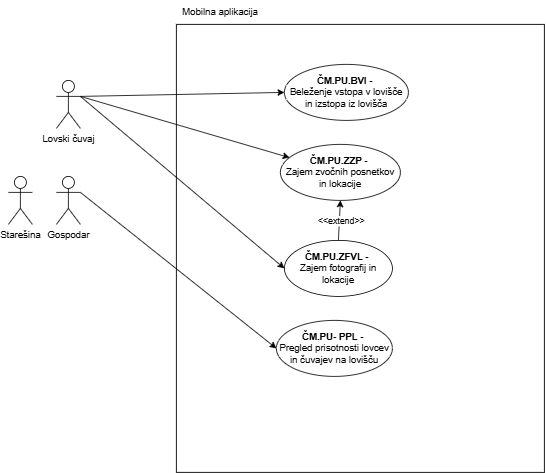
Before: Lovski cuvaj-Mobilna aplikacija.drawio.png, a diagram exported from draw.io (ErnestISv/Lovstvo). Source tidied: cells renumbered, new cells last; positions are measured from the earlier drawing's top-left corner, leaving out a move shared by most shapes.
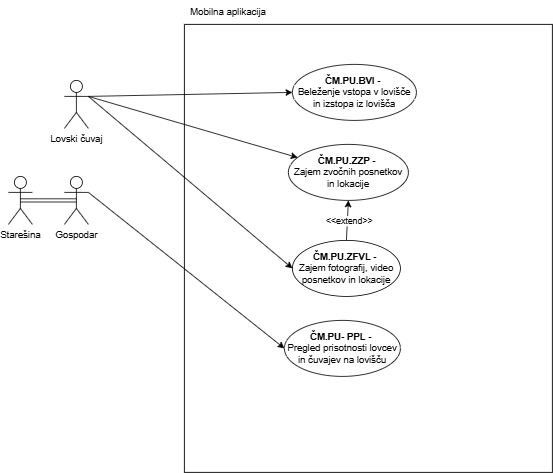
Above is the later version.

Diff of the diagram source:
```diff
@@ -8,8 +8,11 @@
     <mxCell id="3" value="Lovski čuvaj" style="shape=umlActor;verticalLabelPosition=bottom;verticalAlign=top;html=1;outlineConnect=0;" parent="1" vertex="1">
       <mxGeometry x="60" y="100" width="30" height="60" as="geometry" />
     </mxCell>
+    <mxCell id="17" style="edgeStyle=orthogonalEdgeStyle;shape=link;rounded=0;jettySize=auto;html=1;exitX=0.5;exitY=0.5;exitDx=0;exitDy=0;exitPerimeter=0;entryX=0.5;entryY=0.5;entryDx=0;entryDy=0;entryPerimeter=0;" parent="1" edge="1" source="4" target="5">
+      <mxGeometry relative="1" as="geometry" />
+    </mxCell>
     <mxCell id="4" value="Starešina" style="shape=umlActor;verticalLabelPosition=bottom;verticalAlign=top;html=1;outlineConnect=0;" parent="1" vertex="1">
-      <mxGeometry y="220" width="30" height="60" as="geometry" />
+      <mxGeometry x="-10" y="220" width="30" height="60" as="geometry" />
     </mxCell>
     <mxCell id="5" value="Gospodar" style="shape=umlActor;verticalLabelPosition=bottom;verticalAlign=top;html=1;outlineConnect=0;" parent="1" vertex="1">
       <mxGeometry x="60" y="220" width="30" height="60" as="geometry" />
@@ -20,7 +23,7 @@
     <mxCell id="7" style="endArrow=classic;html=1;rounded=0;exitX=1;exitY=0.3333333333333333;exitDx=0;exitDy=0;exitPerimeter=0;" parent="1" edge="1" source="3" target="6">
       <mxGeometry relative="1" as="geometry" />
     </mxCell>
-    <mxCell id="8" value="&lt;b&gt;ČM.PU.ZFVL&lt;/b&gt; -&amp;nbsp;&lt;div&gt;Zajem fotografij in lokacije&lt;/div&gt;" style="ellipse;whiteSpace=wrap;html=1;" parent="1" vertex="1">
+    <mxCell id="8" value="&lt;b&gt;ČM.PU.ZFVL&lt;/b&gt; -&amp;nbsp;&lt;div&gt;Zajem fotografij, video posnetkov in lokacije&lt;/div&gt;" style="ellipse;whiteSpace=wrap;html=1;" parent="1" vertex="1">
       <mxGeometry x="345" y="300" width="135" height="70" as="geometry" />
     </mxCell>
     <mxCell id="9" style="endArrow=classic;html=1;rounded=0;entryX=0;entryY=0.5;entryDx=0;entryDy=0;" parent="1" edge="1" target="8">
```
